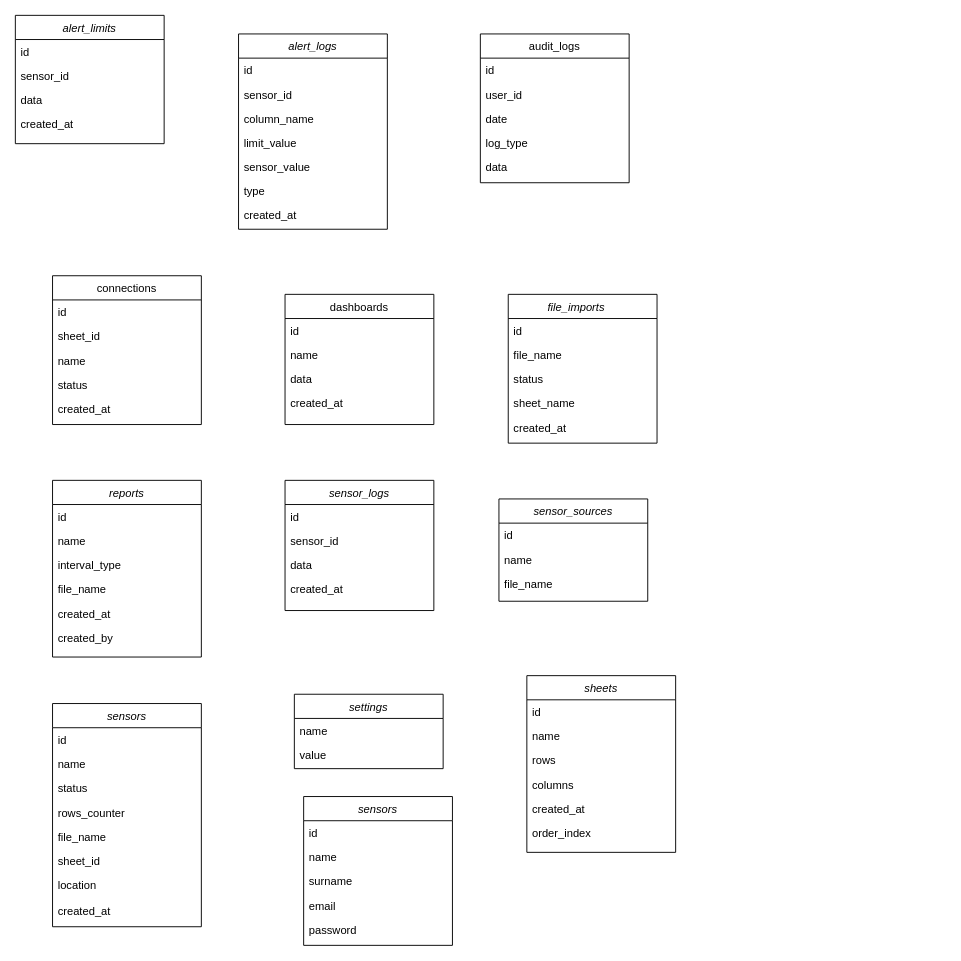
This is Untitled Diagram.drawio from ivankikic/thesis, a draw.io file, before an edit. Source tidied: cells renumbered, new cells numbered last; positions are measured from the earlier drawing's top-left corner, leaving out a move shared by most shapes. Both pictures are drawn from the tidied source at 93%, with x=0, y=0 at pixel (15, 15).
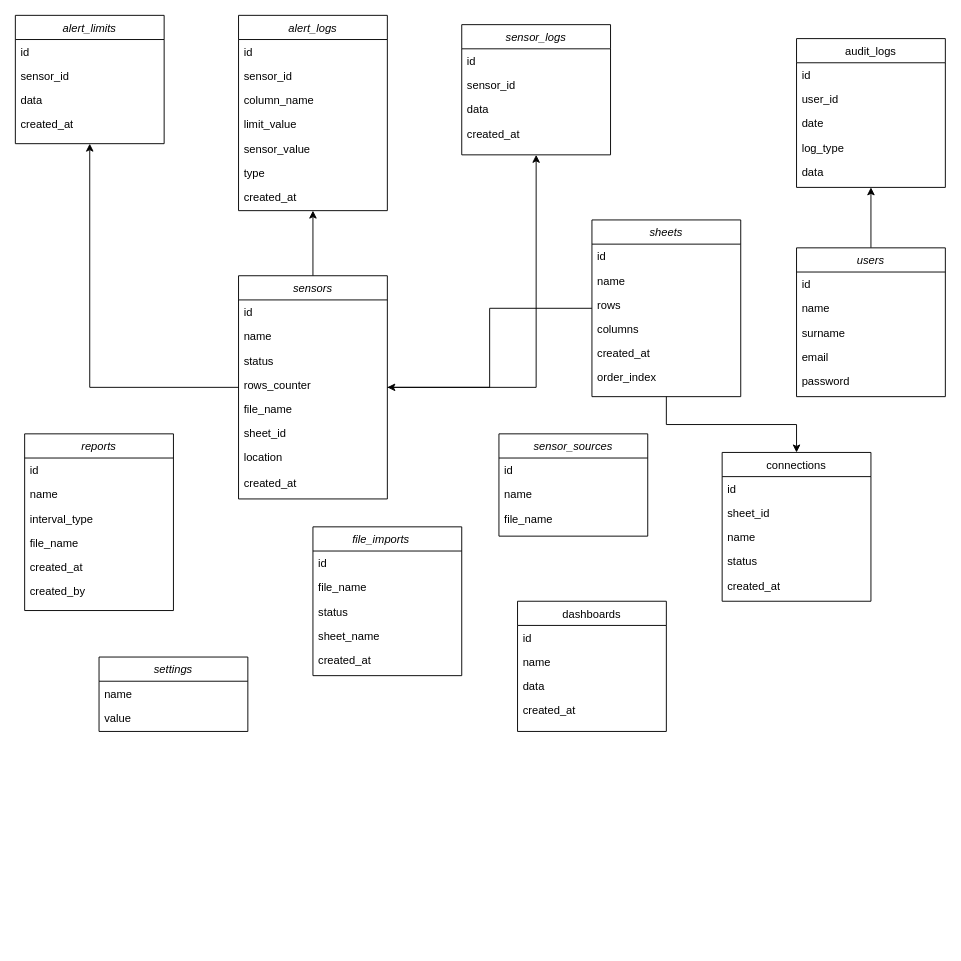
The same diagram, later.

Commit message:
make connections

The change refers to these unchanged cells:
```xml
<mxCell id="33" value="alert_limits" style="swimlane;fontStyle=2;align=center;verticalAlign=top;horizontal=1;startSize=26;rounded=0;shadow=0;strokeWidth=1;" parent="1" vertex="1">
  <mxGeometry width="160" height="138" as="geometry" />
</mxCell>
```

What changed in the source:
```diff
@@
     <mxCell id="2" value="alert_logs" style="swimlane;fontStyle=2;align=center;verticalAlign=top;horizontal=1;startSize=26;rounded=0;shadow=0;strokeWidth=1;" parent="1" vertex="1">
-      <mxGeometry x="240" y="20" width="160" height="210" as="geometry" />
+      <mxGeometry x="240" width="160" height="210" as="geometry" />
     </mxCell>
@@
     <mxCell id="10" value="connections" style="swimlane;fontStyle=0;align=center;verticalAlign=top;horizontal=1;startSize=26;rounded=0;shadow=0;strokeWidth=1;" parent="1" vertex="1">
-      <mxGeometry x="40" y="280" width="160" height="160" as="geometry" />
+      <mxGeometry x="760" y="470" width="160" height="160" as="geometry" />
     </mxCell>
@@
     <mxCell id="16" value="dashboards" style="swimlane;fontStyle=0;align=center;verticalAlign=top;horizontal=1;startSize=26;rounded=0;shadow=0;strokeWidth=1;" parent="1" vertex="1">
-      <mxGeometry x="290" y="300" width="160" height="140" as="geometry" />
+      <mxGeometry x="540" y="630" width="160" height="140" as="geometry" />
     </mxCell>
@@
     <mxCell id="21" value="audit_logs" style="swimlane;fontStyle=0;align=center;verticalAlign=top;horizontal=1;startSize=26;rounded=0;shadow=0;strokeWidth=1;" parent="1" vertex="1">
-      <mxGeometry x="500" y="20" width="160" height="160" as="geometry" />
+      <mxGeometry x="840" y="25" width="160" height="160" as="geometry" />
     </mxCell>
@@
     <mxCell id="27" value="file_imports    " style="swimlane;fontStyle=2;align=center;verticalAlign=top;horizontal=1;startSize=26;rounded=0;shadow=0;strokeWidth=1;" parent="1" vertex="1">
-      <mxGeometry x="530" y="300" width="160" height="160" as="geometry" />
+      <mxGeometry x="320" y="550" width="160" height="160" as="geometry" />
     </mxCell>
@@
     <mxCell id="38" value="reports" style="swimlane;fontStyle=2;align=center;verticalAlign=top;horizontal=1;startSize=26;rounded=0;shadow=0;strokeWidth=1;" parent="1" vertex="1">
-      <mxGeometry x="40" y="500" width="160" height="190" as="geometry" />
+      <mxGeometry x="10" y="450" width="160" height="190" as="geometry" />
     </mxCell>
@@
     <mxCell id="45" value="sensor_logs" style="swimlane;fontStyle=2;align=center;verticalAlign=top;horizontal=1;startSize=26;rounded=0;shadow=0;strokeWidth=1;" parent="1" vertex="1">
-      <mxGeometry x="290" y="500" width="160" height="140" as="geometry" />
+      <mxGeometry x="480" y="10" width="160" height="140" as="geometry" />
     </mxCell>
@@
     <mxCell id="50" value="sensor_sources" style="swimlane;fontStyle=2;align=center;verticalAlign=top;horizontal=1;startSize=26;rounded=0;shadow=0;strokeWidth=1;" parent="1" vertex="1">
-      <mxGeometry x="520" y="520" width="160" height="110" as="geometry" />
+      <mxGeometry x="520" y="450" width="160" height="110" as="geometry" />
     </mxCell>
@@
+    <mxCell id="79" style="edgeStyle=orthogonalEdgeStyle;rounded=0;jettySize=auto;html=1;entryX=0.5;entryY=1;entryDx=0;entryDy=0;" parent="1" edge="1" source="54" target="33">
+      <mxGeometry relative="1" as="geometry" />
+    </mxCell>
+    <mxCell id="80" style="edgeStyle=orthogonalEdgeStyle;rounded=0;jettySize=auto;html=1;" parent="1" edge="1" source="54" target="2">
+      <mxGeometry relative="1" as="geometry" />
+    </mxCell>
+    <mxCell id="81" style="edgeStyle=orthogonalEdgeStyle;rounded=0;jettySize=auto;html=1;" parent="1" edge="1" source="54" target="45">
+      <mxGeometry relative="1" as="geometry" />
+    </mxCell>
     <mxCell id="54" value="sensors" style="swimlane;fontStyle=2;align=center;verticalAlign=top;horizontal=1;startSize=26;rounded=0;shadow=0;strokeWidth=1;" parent="1" vertex="1">
-      <mxGeometry x="40" y="740" width="160" height="240" as="geometry" />
+      <mxGeometry x="240" y="280" width="160" height="240" as="geometry" />
     </mxCell>
@@
     <mxCell id="63" value="settings" style="swimlane;fontStyle=2;align=center;verticalAlign=top;horizontal=1;startSize=26;rounded=0;shadow=0;strokeWidth=1;" parent="1" vertex="1">
-      <mxGeometry x="300" y="730" width="160" height="80" as="geometry" />
+      <mxGeometry x="90" y="690" width="160" height="80" as="geometry" />
     </mxCell>
@@
+    <mxCell id="82" style="edgeStyle=orthogonalEdgeStyle;rounded=0;jettySize=auto;html=1;" parent="1" edge="1" source="66" target="54">
+      <mxGeometry relative="1" as="geometry" />
+    </mxCell>
+    <mxCell id="83" style="edgeStyle=orthogonalEdgeStyle;rounded=0;jettySize=auto;html=1;" parent="1" edge="1" source="66" target="10">
+      <mxGeometry relative="1" as="geometry" />
+    </mxCell>
     <mxCell id="66" value="sheets" style="swimlane;fontStyle=2;align=center;verticalAlign=top;horizontal=1;startSize=26;rounded=0;shadow=0;strokeWidth=1;" parent="1" vertex="1">
-      <mxGeometry x="550" y="710" width="160" height="190" as="geometry" />
+      <mxGeometry x="620" y="220" width="160" height="190" as="geometry" />
     </mxCell>
@@
+    <mxCell id="84" style="edgeStyle=orthogonalEdgeStyle;rounded=0;jettySize=auto;html=1;entryX=0.5;entryY=1;entryDx=0;entryDy=0;" parent="1" edge="1" source="73" target="21">
+      <mxGeometry relative="1" as="geometry" />
+    </mxCell>
-    <mxCell id="73" value="sensors" style="swimlane;fontStyle=2;align=center;verticalAlign=top;horizontal=1;startSize=26;rounded=0;shadow=0;strokeWidth=1;" parent="1" vertex="1">
-      <mxGeometry x="310" y="840" width="160" height="160" as="geometry" />
+    <mxCell id="73" value="users" style="swimlane;fontStyle=2;align=center;verticalAlign=top;horizontal=1;startSize=26;rounded=0;shadow=0;strokeWidth=1;" parent="1" vertex="1">
+      <mxGeometry x="840" y="250" width="160" height="160" as="geometry" />
     </mxCell>
```
